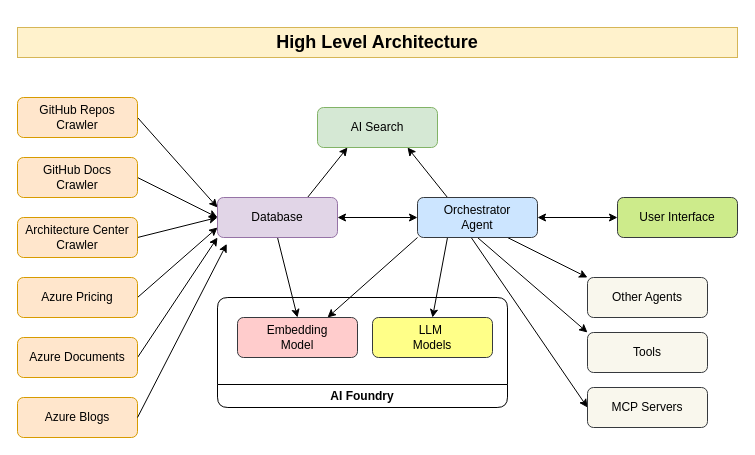
Above: architecture/high-level.drawio in amir0135/STU-Copilot (draw.io), before the change. Source tidied: cells renumbered, new cells numbered last; positions are measured from the earlier drawing's top-left corner, leaving out a move shared by most shapes. Both pictures are drawn from the tidied source at 100%, with x=0, y=0 at pixel (17, 27).
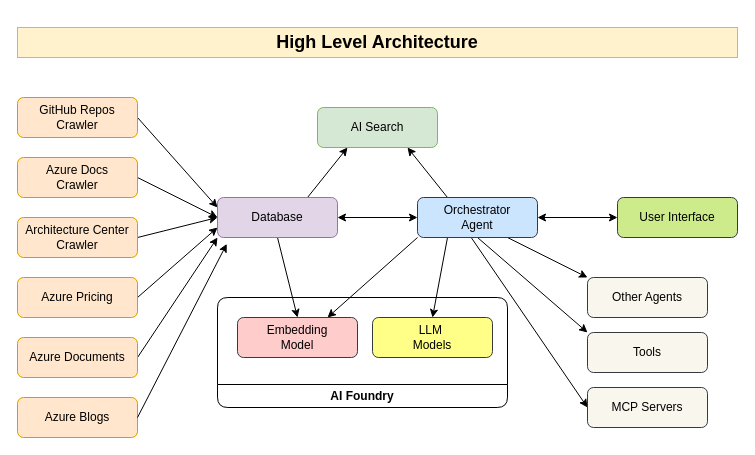
Above is the later version.

Diff of the diagram source:
```diff
@@
-    <mxCell id="5" value="GitHub Docs&lt;div&gt;Crawler&lt;/div&gt;" style="rounded=1;whiteSpace=wrap;html=1;fillColor=#ffe6cc;strokeColor=#d79b00;" parent="1" vertex="1">
+    <mxCell id="5" value="Azure Docs&lt;br&gt;&lt;div&gt;Crawler&lt;/div&gt;" style="rounded=1;whiteSpace=wrap;html=1;fillColor=#ffe6cc;strokeColor=#d79b00;" parent="1" vertex="1">
       <mxGeometry y="130" width="120" height="40" as="geometry" />
     </mxCell>
```
